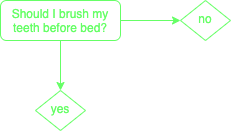
This is io.diagrams/brush.png from einbahnstrasse/MTEC1003-slides, a draw.io export, as it was before one commit. Source tidied: cells renumbered, new cells last; positions are measured from the earlier drawing's top-left corner, leaving out a move shared by most shapes.
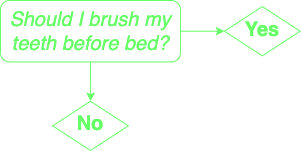
Above is the later version.

Commit message:
trying class plain

Diff of the diagram source:
```diff
@@ -2,20 +2,20 @@
   <root>
     <mxCell id="0" />
     <mxCell id="1" parent="0" />
-    <mxCell id="2" style="edgeStyle=orthogonalEdgeStyle;rounded=0;jettySize=auto;html=1;exitX=0.5;exitY=1;exitDx=0;exitDy=0;entryX=0.5;entryY=0;entryDx=0;entryDy=0;strokeColor=#66FF66;fontSize=12;fontColor=#66FF66;" parent="1" edge="1" source="4" target="5">
+    <mxCell id="2" style="edgeStyle=orthogonalEdgeStyle;rounded=0;jettySize=auto;html=1;exitX=0.5;exitY=1;exitDx=0;exitDy=0;labelBackgroundColor=none;strokeColor=#66FF66;fontSize=12;fontColor=#66FF66;" parent="1" edge="1" source="4" target="5">
       <mxGeometry relative="1" as="geometry" />
     </mxCell>
-    <mxCell id="3" style="edgeStyle=orthogonalEdgeStyle;rounded=0;jettySize=auto;html=1;exitX=1;exitY=0.5;exitDx=0;exitDy=0;entryX=0;entryY=0.5;entryDx=0;entryDy=0;strokeColor=#66FF66;fontSize=12;fontColor=#66FF66;" parent="1" edge="1" source="4" target="6">
+    <mxCell id="3" style="edgeStyle=orthogonalEdgeStyle;rounded=0;jettySize=auto;html=1;exitX=1;exitY=0.5;exitDx=0;exitDy=0;entryX=0;entryY=0.5;entryDx=0;entryDy=0;labelBackgroundColor=none;strokeColor=#66FF66;fontSize=12;fontColor=#66FF66;" parent="1" edge="1" source="4" target="6">
       <mxGeometry relative="1" as="geometry" />
     </mxCell>
-    <mxCell id="4" value="Should I brush my teeth before bed?" style="rounded=1;whiteSpace=wrap;html=1;fontSize=12;glass=0;strokeWidth=1;shadow=0;fillColor=none;fontColor=#66FF66;strokeColor=#66FF66;" parent="1" vertex="1">
-      <mxGeometry width="120" height="40" as="geometry" />
+    <mxCell id="4" value="&lt;font style=&quot;font-size: 20px&quot;&gt;&lt;i&gt;Should I brush my teeth before bed?&lt;/i&gt;&lt;/font&gt;" style="rounded=1;whiteSpace=wrap;html=1;fontSize=12;glass=0;strokeWidth=1;shadow=0;fillColor=none;fontColor=#66FF66;strokeColor=#66FF66;" parent="1" vertex="1">
+      <mxGeometry x="-430" y="10" width="180" height="61.4" as="geometry" />
     </mxCell>
-    <mxCell id="5" value="yes" style="rhombus;whiteSpace=wrap;html=1;shadow=0;fontFamily=Helvetica;fontSize=12;align=center;strokeWidth=1;spacing=6;spacingTop=-4;fillColor=none;fontColor=#66FF66;strokeColor=#66FF66;" parent="1" vertex="1">
-      <mxGeometry x="35" y="90" width="50" height="40" as="geometry" />
+    <mxCell id="5" value="&lt;span style=&quot;font-size: 20px&quot;&gt;&lt;b&gt;No&lt;/b&gt;&lt;/span&gt;" style="rhombus;whiteSpace=wrap;html=1;shadow=0;fontFamily=Helvetica;fontSize=12;align=center;strokeWidth=1;spacing=6;spacingTop=-4;fillColor=none;fontColor=#66FF66;strokeColor=#66FF66;" parent="1" vertex="1">
+      <mxGeometry x="-377.9" y="110.7" width="75.7" height="49.3" as="geometry" />
     </mxCell>
-    <mxCell id="6" value="no" style="rhombus;whiteSpace=wrap;html=1;shadow=0;fontFamily=Helvetica;fontSize=12;align=center;strokeWidth=1;spacing=6;spacingTop=-4;fillColor=none;fontColor=#66FF66;strokeColor=#66FF66;" parent="1" vertex="1">
-      <mxGeometry x="180" width="50" height="40" as="geometry" />
+    <mxCell id="6" value="&lt;span style=&quot;font-size: 20px&quot;&gt;&lt;b&gt;Yes&lt;/b&gt;&lt;/span&gt;" style="rhombus;whiteSpace=wrap;html=1;shadow=0;fontFamily=Helvetica;fontSize=12;align=center;strokeWidth=1;spacing=6;spacingTop=-4;fillColor=none;fontColor=#66FF66;strokeColor=#66FF66;" parent="1" vertex="1">
+      <mxGeometry x="-206" y="16.1" width="75.7" height="49.3" as="geometry" />
     </mxCell>
   </root>
 </mxGraphModel>
```
